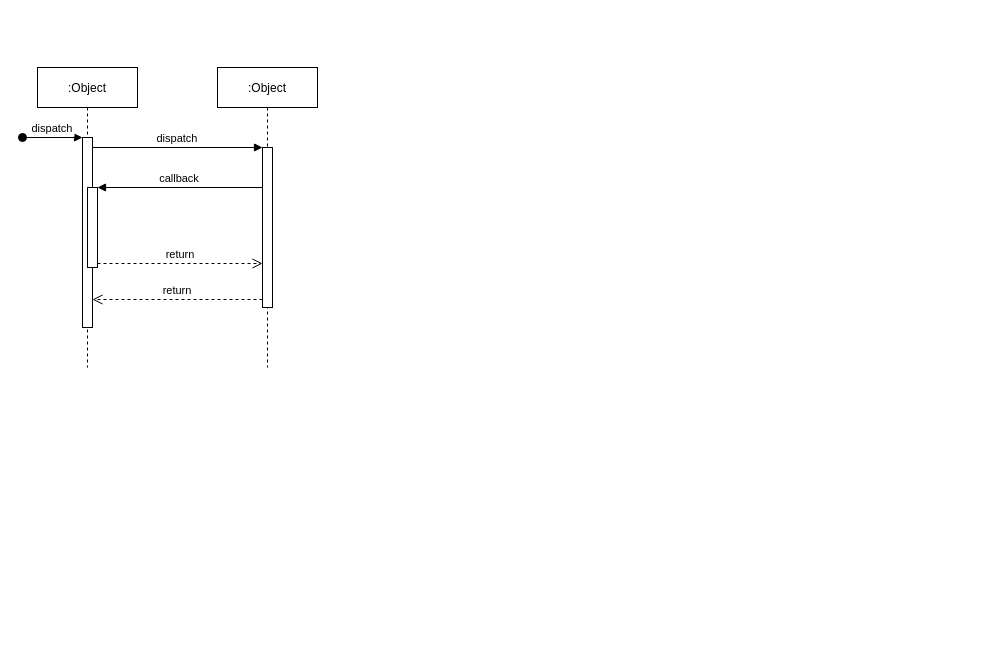
Earlier version of the draw.io diagram document/sequence-diagram.drawio (mrcocoball/cocoball-store). Source tidied: cells renumbered, new cells numbered last; positions are measured from the earlier drawing's top-left corner, leaving out a move shared by most shapes. Both pictures are drawn from the tidied source at 100%, with x=0, y=0 at pixel (22, 67).
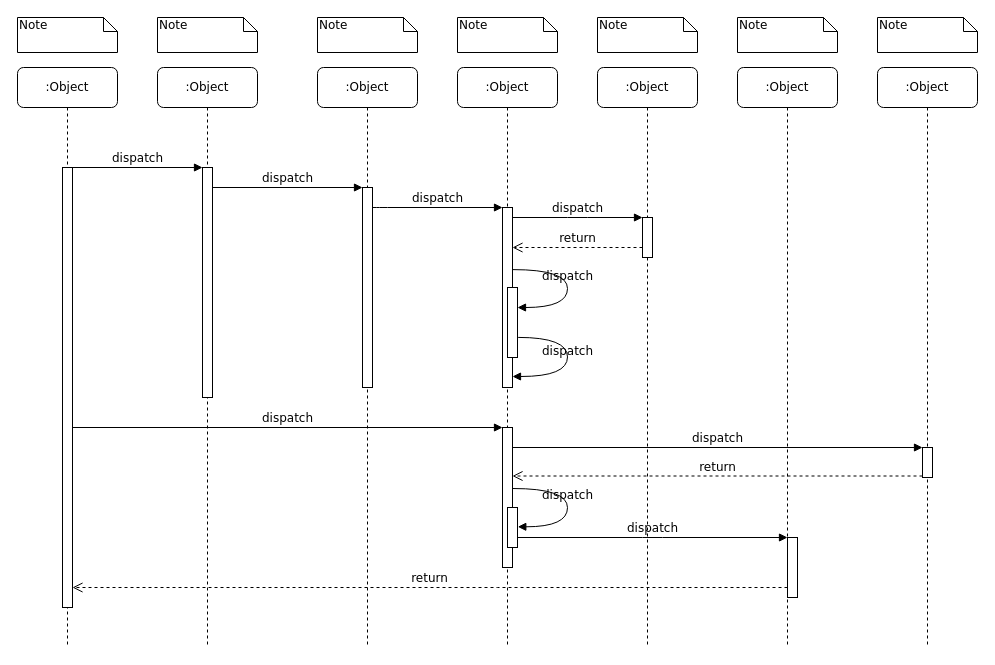
The same page after the edit.

Commit message:
#4 - sequence-diagram 임시 생성

The edit, as a diff of the source:
```diff
@@
-    <mxCell id="2" value=":Object" style="shape=umlLifeline;perimeter=lifelinePerimeter;rounded=0;shadow=0;strokeWidth=1;" parent="1" vertex="1">
-      <mxGeometry x="15" width="100" height="300" as="geometry" />
-    </mxCell>
-    <mxCell id="3" style="points=[];perimeter=orthogonalPerimeter;rounded=0;shadow=0;strokeWidth=1;" parent="2" vertex="1">
-      <mxGeometry x="45" y="70" width="10" height="190" as="geometry" />
-    </mxCell>
-    <mxCell id="4" value="dispatch" style="verticalAlign=bottom;startArrow=oval;endArrow=block;startSize=8;shadow=0;strokeWidth=1;" parent="2" edge="1" target="3">
-      <mxGeometry relative="1" as="geometry">
-        <mxPoint x="-15" y="70" as="sourcePoint" />
-      </mxGeometry>
-    </mxCell>
-    <mxCell id="5" style="points=[];perimeter=orthogonalPerimeter;rounded=0;shadow=0;strokeWidth=1;" parent="2" vertex="1">
-      <mxGeometry x="50" y="120" width="10" height="80" as="geometry" />
-    </mxCell>
-    <mxCell id="6" value=":Object" style="shape=umlLifeline;perimeter=lifelinePerimeter;rounded=0;shadow=0;strokeWidth=1;" parent="1" vertex="1">
-      <mxGeometry x="195" width="100" height="300" as="geometry" />
-    </mxCell>
-    <mxCell id="7" style="points=[];perimeter=orthogonalPerimeter;rounded=0;shadow=0;strokeWidth=1;" parent="6" vertex="1">
-      <mxGeometry x="45" y="80" width="10" height="160" as="geometry" />
-    </mxCell>
-    <mxCell id="8" value="return" style="verticalAlign=bottom;endArrow=open;dashed=1;endSize=8;exitX=0;exitY=0.95;shadow=0;strokeWidth=1;" parent="1" edge="1" source="7" target="3">
-      <mxGeometry relative="1" as="geometry" />
-    </mxCell>
-    <mxCell id="9" value="dispatch" style="verticalAlign=bottom;endArrow=block;entryX=0;entryY=0;shadow=0;strokeWidth=1;" parent="1" edge="1" source="3" target="7">
-      <mxGeometry relative="1" as="geometry" />
-    </mxCell>
-    <mxCell id="10" value="callback" style="verticalAlign=bottom;endArrow=block;entryX=1;entryY=0;shadow=0;strokeWidth=1;" parent="1" edge="1" source="7" target="5">
-      <mxGeometry relative="1" as="geometry" />
-    </mxCell>
-    <mxCell id="11" value="return" style="verticalAlign=bottom;endArrow=open;dashed=1;endSize=8;exitX=1;exitY=0.95;shadow=0;strokeWidth=1;" parent="1" edge="1" source="5" target="7">
-      <mxGeometry relative="1" as="geometry" />
-    </mxCell>
+    <mxCell id="12" value=":Object" style="shape=umlLifeline;perimeter=lifelinePerimeter;whiteSpace=wrap;html=1;rounded=1;shadow=0;comic=0;labelBackgroundColor=none;strokeWidth=1;fontFamily=Verdana;fontSize=12;align=center;" parent="1" vertex="1">
+      <mxGeometry x="135" width="100" height="580" as="geometry" />
+    </mxCell>
+    <mxCell id="13" style="html=1;points=[];perimeter=orthogonalPerimeter;rounded=0;shadow=0;comic=0;labelBackgroundColor=none;strokeWidth=1;fontFamily=Verdana;fontSize=12;align=center;" parent="12" vertex="1">
+      <mxGeometry x="45" y="100" width="10" height="230" as="geometry" />
+    </mxCell>
+    <mxCell id="14" value=":Object" style="shape=umlLifeline;perimeter=lifelinePerimeter;whiteSpace=wrap;html=1;rounded=1;shadow=0;comic=0;labelBackgroundColor=none;strokeWidth=1;fontFamily=Verdana;fontSize=12;align=center;" parent="1" vertex="1">
+      <mxGeometry x="295" width="100" height="580" as="geometry" />
+    </mxCell>
+    <mxCell id="15" style="html=1;points=[];perimeter=orthogonalPerimeter;rounded=0;shadow=0;comic=0;labelBackgroundColor=none;strokeWidth=1;fontFamily=Verdana;fontSize=12;align=center;" parent="14" vertex="1">
+      <mxGeometry x="45" y="120" width="10" height="200" as="geometry" />
+    </mxCell>
+    <mxCell id="16" value=":Object" style="shape=umlLifeline;perimeter=lifelinePerimeter;whiteSpace=wrap;html=1;rounded=1;shadow=0;comic=0;labelBackgroundColor=none;strokeWidth=1;fontFamily=Verdana;fontSize=12;align=center;" parent="1" vertex="1">
+      <mxGeometry x="435" width="100" height="580" as="geometry" />
+    </mxCell>
+    <mxCell id="17" value=":Object" style="shape=umlLifeline;perimeter=lifelinePerimeter;whiteSpace=wrap;html=1;rounded=1;shadow=0;comic=0;labelBackgroundColor=none;strokeWidth=1;fontFamily=Verdana;fontSize=12;align=center;" parent="1" vertex="1">
+      <mxGeometry x="575" width="100" height="580" as="geometry" />
+    </mxCell>
+    <mxCell id="18" value=":Object" style="shape=umlLifeline;perimeter=lifelinePerimeter;whiteSpace=wrap;html=1;rounded=1;shadow=0;comic=0;labelBackgroundColor=none;strokeWidth=1;fontFamily=Verdana;fontSize=12;align=center;" parent="1" vertex="1">
+      <mxGeometry x="715" width="100" height="580" as="geometry" />
+    </mxCell>
+    <mxCell id="19" value=":Object" style="shape=umlLifeline;perimeter=lifelinePerimeter;whiteSpace=wrap;html=1;rounded=1;shadow=0;comic=0;labelBackgroundColor=none;strokeWidth=1;fontFamily=Verdana;fontSize=12;align=center;" parent="1" vertex="1">
+      <mxGeometry x="855" width="100" height="580" as="geometry" />
+    </mxCell>
+    <mxCell id="20" value=":Object" style="shape=umlLifeline;perimeter=lifelinePerimeter;whiteSpace=wrap;html=1;rounded=1;shadow=0;comic=0;labelBackgroundColor=none;strokeWidth=1;fontFamily=Verdana;fontSize=12;align=center;" parent="1" vertex="1">
+      <mxGeometry x="-5" width="100" height="580" as="geometry" />
+    </mxCell>
+    <mxCell id="21" style="html=1;points=[];perimeter=orthogonalPerimeter;rounded=0;shadow=0;comic=0;labelBackgroundColor=none;strokeWidth=1;fontFamily=Verdana;fontSize=12;align=center;" parent="20" vertex="1">
+      <mxGeometry x="45" y="100" width="10" height="440" as="geometry" />
+    </mxCell>
+    <mxCell id="22" style="html=1;points=[];perimeter=orthogonalPerimeter;rounded=0;shadow=0;comic=0;labelBackgroundColor=none;strokeWidth=1;fontFamily=Verdana;fontSize=12;align=center;" parent="1" vertex="1">
+      <mxGeometry x="480" y="140" width="10" height="180" as="geometry" />
+    </mxCell>
+    <mxCell id="23" value="dispatch" style="html=1;verticalAlign=bottom;endArrow=block;labelBackgroundColor=none;fontFamily=Verdana;fontSize=12;edgeStyle=elbowEdgeStyle;elbow=vertical;" parent="1" edge="1" source="15" target="22">
+      <mxGeometry relative="1" as="geometry">
+        <Array as="points">
+          <mxPoint x="355" y="140" />
+        </Array>
+      </mxGeometry>
+    </mxCell>
+    <mxCell id="24" style="html=1;points=[];perimeter=orthogonalPerimeter;rounded=0;shadow=0;comic=0;labelBackgroundColor=none;strokeWidth=1;fontFamily=Verdana;fontSize=12;align=center;" parent="1" vertex="1">
+      <mxGeometry x="620" y="150" width="10" height="40" as="geometry" />
+    </mxCell>
+    <mxCell id="25" value="dispatch" style="html=1;verticalAlign=bottom;endArrow=block;entryX=0;entryY=0;labelBackgroundColor=none;fontFamily=Verdana;fontSize=12;edgeStyle=elbowEdgeStyle;elbow=vertical;" parent="1" edge="1" source="22" target="24">
+      <mxGeometry relative="1" as="geometry" />
+    </mxCell>
+    <mxCell id="26" value="return" style="html=1;verticalAlign=bottom;endArrow=open;dashed=1;endSize=8;labelBackgroundColor=none;fontFamily=Verdana;fontSize=12;edgeStyle=elbowEdgeStyle;elbow=vertical;" parent="1" edge="1" source="24" target="22">
+      <mxGeometry relative="1" as="geometry">
+        <Array as="points">
+          <mxPoint x="565" y="180" />
+          <mxPoint x="595" y="180" />
+        </Array>
+      </mxGeometry>
+    </mxCell>
+    <mxCell id="27" style="html=1;points=[];perimeter=orthogonalPerimeter;rounded=0;shadow=0;comic=0;labelBackgroundColor=none;strokeWidth=1;fontFamily=Verdana;fontSize=12;align=center;" parent="1" vertex="1">
+      <mxGeometry x="480" y="360" width="10" height="140" as="geometry" />
+    </mxCell>
+    <mxCell id="28" value="dispatch" style="html=1;verticalAlign=bottom;endArrow=block;entryX=0;entryY=0;labelBackgroundColor=none;fontFamily=Verdana;fontSize=12;" parent="1" edge="1" source="21" target="27">
+      <mxGeometry relative="1" as="geometry" />
+    </mxCell>
+    <mxCell id="29" style="html=1;points=[];perimeter=orthogonalPerimeter;rounded=0;shadow=0;comic=0;labelBackgroundColor=none;strokeColor=#000000;strokeWidth=1;fillColor=#FFFFFF;fontFamily=Verdana;fontSize=12;fontColor=#000000;align=center;" parent="1" vertex="1">
+      <mxGeometry x="900" y="380" width="10" height="30" as="geometry" />
+    </mxCell>
+    <mxCell id="30" value="dispatch" style="html=1;verticalAlign=bottom;endArrow=block;entryX=0;entryY=0;labelBackgroundColor=none;fontFamily=Verdana;fontSize=12;" parent="1" edge="1" source="27" target="29">
+      <mxGeometry relative="1" as="geometry" />
+    </mxCell>
+    <mxCell id="31" value="return" style="html=1;verticalAlign=bottom;endArrow=open;dashed=1;endSize=8;exitX=0;exitY=0.95;labelBackgroundColor=none;fontFamily=Verdana;fontSize=12;" parent="1" edge="1" source="29" target="27">
+      <mxGeometry relative="1" as="geometry" />
+    </mxCell>
+    <mxCell id="32" style="html=1;points=[];perimeter=orthogonalPerimeter;rounded=0;shadow=0;comic=0;labelBackgroundColor=none;strokeWidth=1;fontFamily=Verdana;fontSize=12;align=center;" parent="1" vertex="1">
+      <mxGeometry x="765" y="470" width="10" height="60" as="geometry" />
+    </mxCell>
+    <mxCell id="33" value="dispatch" style="html=1;verticalAlign=bottom;endArrow=block;entryX=0;entryY=0;labelBackgroundColor=none;fontFamily=Verdana;fontSize=12;edgeStyle=elbowEdgeStyle;elbow=vertical;" parent="1" edge="1" source="40" target="32">
+      <mxGeometry relative="1" as="geometry" />
+    </mxCell>
+    <mxCell id="34" value="return" style="html=1;verticalAlign=bottom;endArrow=open;dashed=1;endSize=8;labelBackgroundColor=none;fontFamily=Verdana;fontSize=12;edgeStyle=elbowEdgeStyle;elbow=vertical;" parent="1" edge="1" source="32" target="21">
+      <mxGeometry relative="1" as="geometry">
+        <Array as="points">
+          <mxPoint x="465" y="520" />
+        </Array>
+      </mxGeometry>
+    </mxCell>
+    <mxCell id="35" value="dispatch" style="html=1;verticalAlign=bottom;endArrow=block;entryX=0;entryY=0;labelBackgroundColor=none;fontFamily=Verdana;fontSize=12;edgeStyle=elbowEdgeStyle;elbow=vertical;" parent="1" edge="1" source="21" target="13">
+      <mxGeometry relative="1" as="geometry" />
+    </mxCell>
+    <mxCell id="36" value="dispatch" style="html=1;verticalAlign=bottom;endArrow=block;entryX=0;entryY=0;labelBackgroundColor=none;fontFamily=Verdana;fontSize=12;edgeStyle=elbowEdgeStyle;elbow=vertical;" parent="1" edge="1" source="13" target="15">
+      <mxGeometry relative="1" as="geometry" />
+    </mxCell>
+    <mxCell id="37" style="html=1;points=[];perimeter=orthogonalPerimeter;rounded=0;shadow=0;comic=0;labelBackgroundColor=none;strokeWidth=1;fontFamily=Verdana;fontSize=12;align=center;" parent="1" vertex="1">
+      <mxGeometry x="485" y="220" width="10" height="70" as="geometry" />
+    </mxCell>
+    <mxCell id="38" value="dispatch" style="html=1;verticalAlign=bottom;endArrow=block;labelBackgroundColor=none;fontFamily=Verdana;fontSize=12;elbow=vertical;edgeStyle=orthogonalEdgeStyle;curved=1;entryX=1;entryY=0.286;entryPerimeter=0;exitX=1.038;exitY=0.345;exitPerimeter=0;" parent="1" edge="1" source="22" target="37">
+      <mxGeometry relative="1" as="geometry">
+        <Array as="points">
+          <mxPoint x="545" y="202" />
+          <mxPoint x="545" y="240" />
+        </Array>
+      </mxGeometry>
+    </mxCell>
+    <mxCell id="39" value="dispatch" style="html=1;verticalAlign=bottom;endArrow=block;labelBackgroundColor=none;fontFamily=Verdana;fontSize=12;elbow=vertical;edgeStyle=orthogonalEdgeStyle;curved=1;exitX=1.066;exitY=0.713;exitPerimeter=0;" parent="1" edge="1" source="37">
+      <mxGeometry relative="1" as="geometry">
+        <mxPoint x="490" y="309" as="targetPoint" />
+        <Array as="points">
+          <mxPoint x="545" y="270" />
+          <mxPoint x="545" y="309" />
+        </Array>
+      </mxGeometry>
+    </mxCell>
+    <mxCell id="40" style="html=1;points=[];perimeter=orthogonalPerimeter;rounded=0;shadow=0;comic=0;labelBackgroundColor=none;strokeWidth=1;fontFamily=Verdana;fontSize=12;align=center;" parent="1" vertex="1">
+      <mxGeometry x="485" y="440" width="10" height="40" as="geometry" />
+    </mxCell>
+    <mxCell id="41" value="dispatch" style="html=1;verticalAlign=bottom;endArrow=block;labelBackgroundColor=none;fontFamily=Verdana;fontSize=12;elbow=vertical;edgeStyle=orthogonalEdgeStyle;curved=1;entryX=1;entryY=0.286;entryPerimeter=0;exitX=1.038;exitY=0.345;exitPerimeter=0;" parent="1" edge="1">
+      <mxGeometry relative="1" as="geometry">
+        <mxPoint x="490.3" y="421" as="sourcePoint" />
+        <mxPoint x="495.3" y="459.3" as="targetPoint" />
+        <Array as="points">
+          <mxPoint x="545" y="421" />
+          <mxPoint x="545" y="459" />
+        </Array>
+      </mxGeometry>
+    </mxCell>
+    <mxCell id="42" value="Note" style="shape=note;whiteSpace=wrap;html=1;size=14;verticalAlign=top;align=left;spacingTop=-6;rounded=0;shadow=0;comic=0;labelBackgroundColor=none;strokeWidth=1;fontFamily=Verdana;fontSize=12;" parent="1" vertex="1">
+      <mxGeometry x="-5" y="-50" width="100" height="35" as="geometry" />
+    </mxCell>
+    <mxCell id="43" value="Note" style="shape=note;whiteSpace=wrap;html=1;size=14;verticalAlign=top;align=left;spacingTop=-6;rounded=0;shadow=0;comic=0;labelBackgroundColor=none;strokeWidth=1;fontFamily=Verdana;fontSize=12;" parent="1" vertex="1">
+      <mxGeometry x="135" y="-50" width="100" height="35" as="geometry" />
+    </mxCell>
+    <mxCell id="44" value="Note" style="shape=note;whiteSpace=wrap;html=1;size=14;verticalAlign=top;align=left;spacingTop=-6;rounded=0;shadow=0;comic=0;labelBackgroundColor=none;strokeWidth=1;fontFamily=Verdana;fontSize=12;" parent="1" vertex="1">
+      <mxGeometry x="295" y="-50" width="100" height="35" as="geometry" />
+    </mxCell>
+    <mxCell id="45" value="Note" style="shape=note;whiteSpace=wrap;html=1;size=14;verticalAlign=top;align=left;spacingTop=-6;rounded=0;shadow=0;comic=0;labelBackgroundColor=none;strokeWidth=1;fontFamily=Verdana;fontSize=12;" parent="1" vertex="1">
+      <mxGeometry x="435" y="-50" width="100" height="35" as="geometry" />
+    </mxCell>
+    <mxCell id="46" value="Note" style="shape=note;whiteSpace=wrap;html=1;size=14;verticalAlign=top;align=left;spacingTop=-6;rounded=0;shadow=0;comic=0;labelBackgroundColor=none;strokeWidth=1;fontFamily=Verdana;fontSize=12;" parent="1" vertex="1">
+      <mxGeometry x="575" y="-50" width="100" height="35" as="geometry" />
+    </mxCell>
+    <mxCell id="47" value="Note" style="shape=note;whiteSpace=wrap;html=1;size=14;verticalAlign=top;align=left;spacingTop=-6;rounded=0;shadow=0;comic=0;labelBackgroundColor=none;strokeWidth=1;fontFamily=Verdana;fontSize=12;" parent="1" vertex="1">
+      <mxGeometry x="715" y="-50" width="100" height="35" as="geometry" />
+    </mxCell>
+    <mxCell id="48" value="Note" style="shape=note;whiteSpace=wrap;html=1;size=14;verticalAlign=top;align=left;spacingTop=-6;rounded=0;shadow=0;comic=0;labelBackgroundColor=none;strokeWidth=1;fontFamily=Verdana;fontSize=12;" parent="1" vertex="1">
+      <mxGeometry x="855" y="-50" width="100" height="35" as="geometry" />
+    </mxCell>
```
